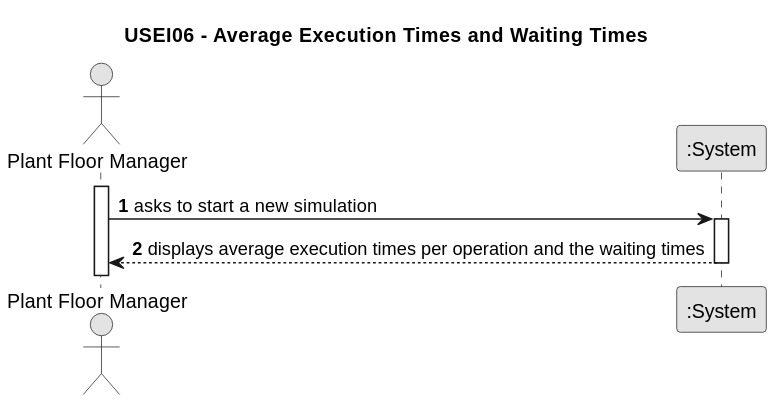
Earlier version of the PlantUML export documentation/sprint1/ESINF/usei06/01.requirements-engineering/svg/us006-system-sequence-diagram-alternative-one.svg (JorgeUbaldoR/sem3-25-pi-2024_25-G131). The source it was exported from:
```plantuml
@startuml
skinparam monochrome true
skinparam packageStyle rectangle
skinparam shadowing false

title USEI06 -  Average Execution Times and Waiting Times

autonumber

actor "Plant Floor Manager" as PFM
participant ":System" as System

activate PFM

    PFM -> System : asks to start a new simulation
    activate System

    System --> PFM : displays average execution times per operation and the waiting times
    deactivate System
@enduml
```
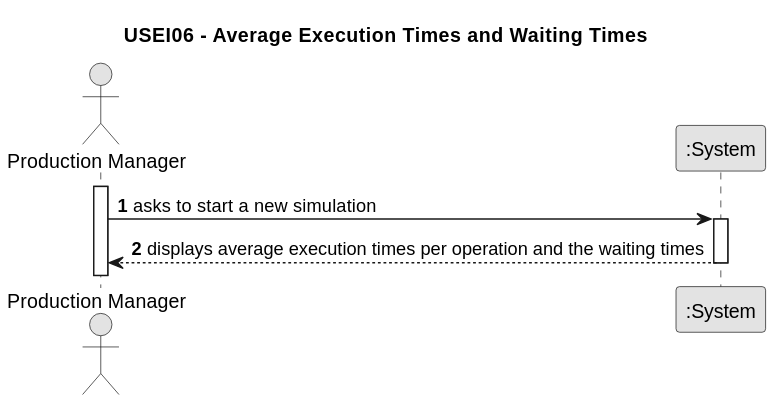
The same diagram one commit later.

The edit, as a diff of the source:
```diff
@@ -7,7 +7,7 @@
 
 autonumber
 
-actor "Plant Floor Manager" as PFM
+actor "Production Manager" as PFM
 participant ":System" as System
 
 activate PFM
```
